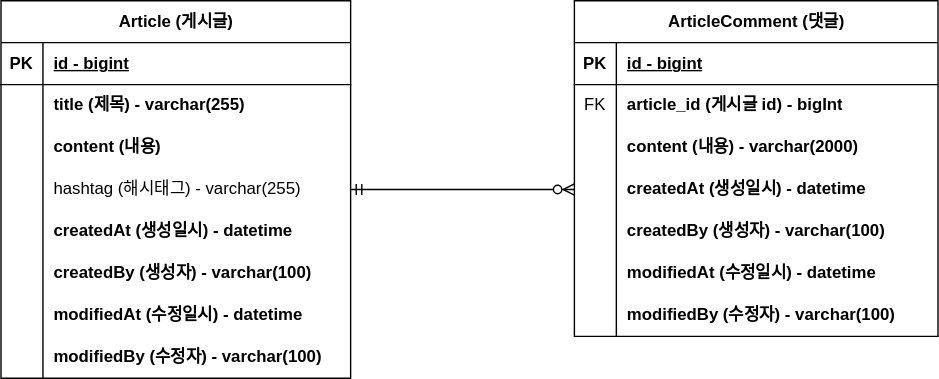
The draw.io diagram document/project-board-erd.svg in hissue/BoardHere, before a commit. Source tidied: cells renumbered, new cells last; positions are measured from the earlier drawing's top-left corner, leaving out a move shared by most shapes.
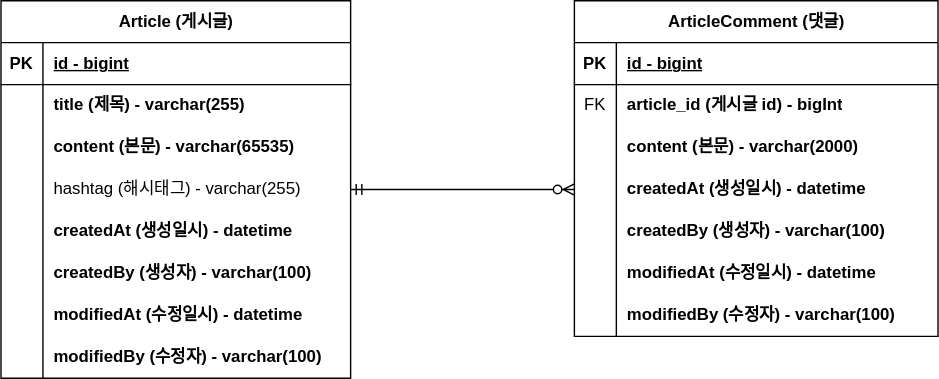
The same file after the commit.

Commit message:
#8 - ERD 주석 업데이트 : project-board-erd.svg 업데이트

The edit, as a diff of the source:
```diff
@@ -29,7 +29,7 @@
     <mxCell id="10" style="shape=partialRectangle;fillColor=none;top=0;left=0;bottom=0;right=0;overflow=hidden;whiteSpace=wrap;html=1;" parent="9" vertex="1">
       <mxGeometry width="30" height="30" as="geometry" />
     </mxCell>
-    <mxCell id="11" value="content (내용)" style="shape=partialRectangle;fillColor=none;top=0;left=0;bottom=0;right=0;align=left;spacingLeft=6;overflow=hidden;whiteSpace=wrap;html=1;fontStyle=1;" parent="9" vertex="1">
+    <mxCell id="11" value="content (본문) - varchar(65535)" style="shape=partialRectangle;fillColor=none;top=0;left=0;bottom=0;right=0;align=left;spacingLeft=6;overflow=hidden;whiteSpace=wrap;html=1;fontStyle=1;" parent="9" vertex="1">
       <mxGeometry x="30" width="220" height="30" as="geometry" />
     </mxCell>
     <mxCell id="12" style="shape=tableRow;horizontal=0;startSize=0;swimlaneHead=0;swimlaneBody=0;fillColor=none;points=[[0,0.5],[1,0.5]];portConstraint=eastwest;top=0;left=0;right=0;bottom=0;" parent="2" vertex="1">
@@ -104,7 +104,7 @@
     <mxCell id="35" style="shape=partialRectangle;fillColor=none;top=0;left=0;bottom=0;right=0;overflow=hidden;whiteSpace=wrap;html=1;" parent="34" vertex="1">
       <mxGeometry width="30" height="30" as="geometry" />
     </mxCell>
-    <mxCell id="36" value="content (내용) - varchar(2000)" style="shape=partialRectangle;fillColor=none;top=0;left=0;bottom=0;right=0;align=left;spacingLeft=6;overflow=hidden;whiteSpace=wrap;html=1;fontStyle=1;" parent="34" vertex="1">
+    <mxCell id="36" value="content (본문) - varchar(2000)" style="shape=partialRectangle;fillColor=none;top=0;left=0;bottom=0;right=0;align=left;spacingLeft=6;overflow=hidden;whiteSpace=wrap;html=1;fontStyle=1;" parent="34" vertex="1">
       <mxGeometry x="30" width="230" height="30" as="geometry" />
     </mxCell>
     <mxCell id="37" style="shape=tableRow;horizontal=0;startSize=0;swimlaneHead=0;swimlaneBody=0;fillColor=none;points=[[0,0.5],[1,0.5]];portConstraint=eastwest;top=0;left=0;right=0;bottom=0;" parent="27" vertex="1">
```
